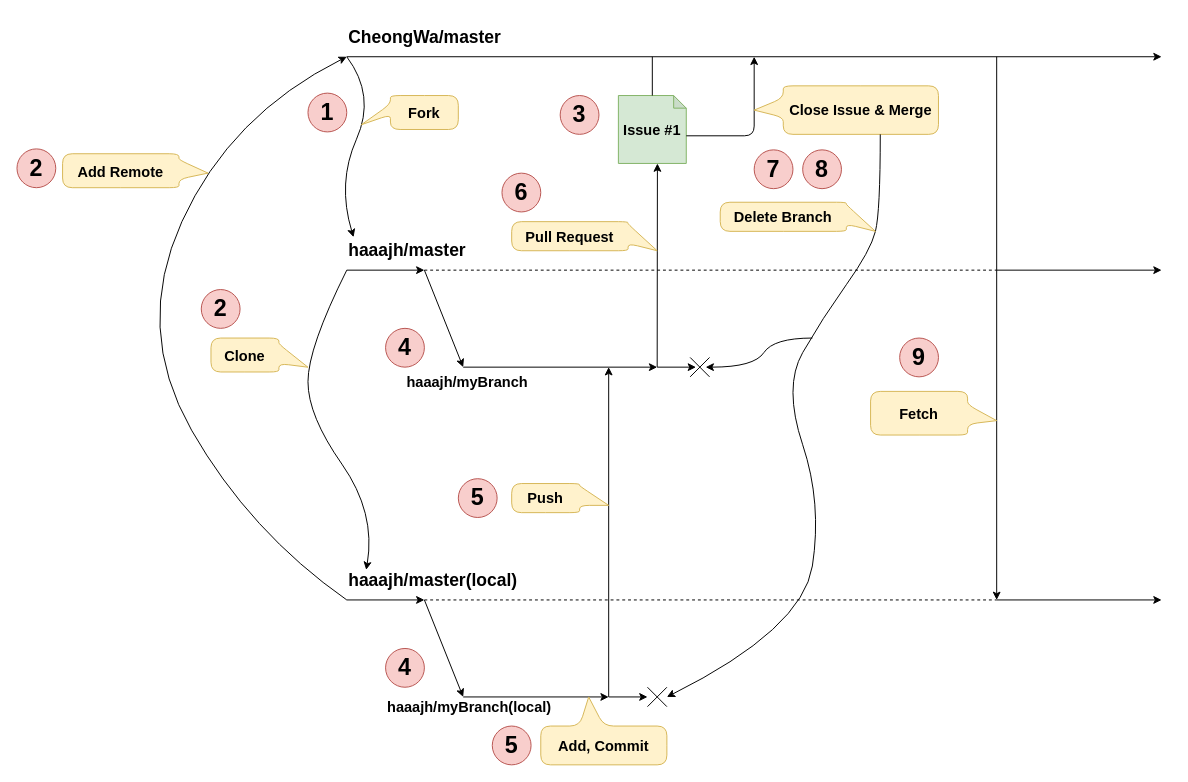
The draw.io diagram Untitled Diagram.drawio in Cheongwa/We-Love-The-Earth, before the edit. Source tidied: cells renumbered, new cells numbered last; positions are measured from the earlier drawing's top-left corner, leaving out a move shared by most shapes. Both pictures are drawn from the tidied source at 97%, with x=0, y=0 at pixel (16, 27).
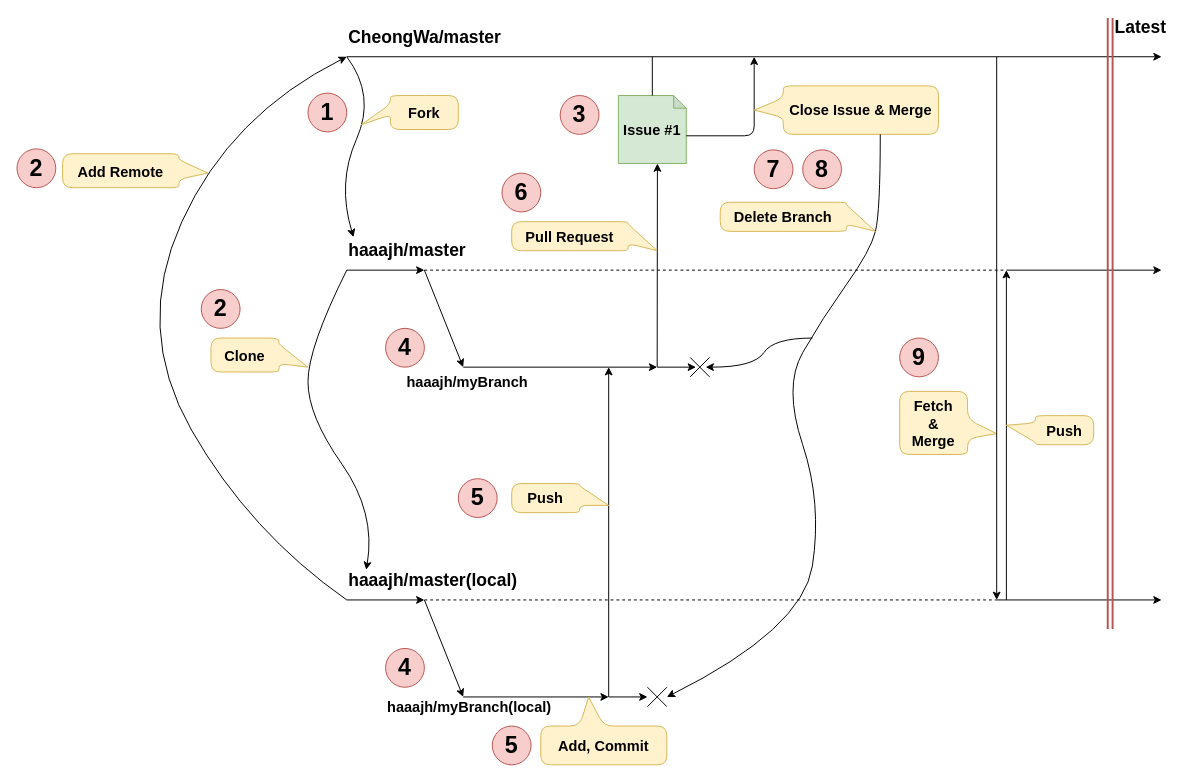
The same diagram, later.

What changed in the source:
```diff
@@
     <mxCell id="19" style="endArrow=none;html=1;endFill=0;dashed=1;" parent="1" edge="1">
       <mxGeometry relative="1" as="geometry">
         <mxPoint x="420" y="250" as="sourcePoint" />
-        <mxPoint x="1010" y="250" as="targetPoint" />
+        <mxPoint x="1020" y="250" as="targetPoint" />
       </mxGeometry>
     </mxCell>
-    <mxCell id="20" style="endArrow=classic;html=1;" parent="1" edge="1">
-      <mxGeometry relative="1" as="geometry">
-        <mxPoint x="1010" y="30" as="sourcePoint" />
-        <mxPoint x="1010" y="590" as="targetPoint" />
-      </mxGeometry>
-    </mxCell>
-    <mxCell id="21" value="Fetch" style="shape=callout;whiteSpace=wrap;html=1;perimeter=calloutPerimeter;fontSize=15;align=center;position2=0.33;size=30;position=0.25;rotation=0;direction=north;base=20;fontStyle=1;rounded=1;fillColor=#fff2cc;strokeColor=#d6b656;" parent="1" vertex="1">
-      <mxGeometry x="880" y="375" width="130" height="45" as="geometry" />
+    <mxCell id="21" value="Fetch&lt;br&gt;&amp;amp;&lt;br&gt;Merge" style="shape=callout;whiteSpace=wrap;html=1;perimeter=calloutPerimeter;fontSize=15;align=center;position2=0.33;size=30;position=0.25;rotation=0;direction=north;base=20;fontStyle=1;rounded=1;fillColor=#fff2cc;strokeColor=#d6b656;" parent="1" vertex="1">
+      <mxGeometry x="910" y="375" width="100" height="65" as="geometry" />
     </mxCell>
@@
     <mxCell id="23" style="endArrow=classic;html=1;" parent="1" edge="1">
       <mxGeometry relative="1" as="geometry">
-        <mxPoint x="1010" y="250" as="sourcePoint" />
+        <mxPoint x="1020" y="250" as="sourcePoint" />
         <mxPoint x="1180" y="250" as="targetPoint" />
       </mxGeometry>
     </mxCell>
@@
+    <mxCell id="56" style="endArrow=classic;html=1;" parent="1" edge="1">
+      <mxGeometry relative="1" as="geometry">
+        <mxPoint x="1010" y="30" as="sourcePoint" />
+        <mxPoint x="1010" y="590" as="targetPoint" />
+      </mxGeometry>
+    </mxCell>
+    <mxCell id="57" style="endArrow=classic;html=1;" parent="1" edge="1">
+      <mxGeometry relative="1" as="geometry">
+        <mxPoint x="1020" y="590" as="sourcePoint" />
+        <mxPoint x="1020" y="250" as="targetPoint" />
+      </mxGeometry>
+    </mxCell>
+    <mxCell id="58" style="endArrow=none;html=1;strokeWidth=2;fillColor=#f8cecc;strokeColor=#b85450;shape=link;" parent="1" edge="1">
+      <mxGeometry relative="1" as="geometry">
+        <mxPoint x="1127" y="620" as="sourcePoint" />
+        <mxPoint x="1127" y="-10" as="targetPoint" />
+      </mxGeometry>
+    </mxCell>
+    <mxCell id="59" value="Latest" style="text;html=1;strokeColor=none;fillColor=none;align=left;verticalAlign=middle;whiteSpace=wrap;rounded=0;fontStyle=1;fontSize=18;" parent="1" vertex="1">
+      <mxGeometry x="1130" y="-10" width="60" height="20" as="geometry" />
+    </mxCell>
+    <mxCell id="60" value="Push" style="shape=callout;whiteSpace=wrap;html=1;perimeter=calloutPerimeter;fontSize=15;align=center;position2=0.33;size=30;position=0.25;rotation=0;direction=south;base=20;fontStyle=1;rounded=1;fillColor=#fff2cc;strokeColor=#d6b656;" parent="1" vertex="1">
+      <mxGeometry x="1020" y="400" width="90" height="30" as="geometry" />
+    </mxCell>
```
